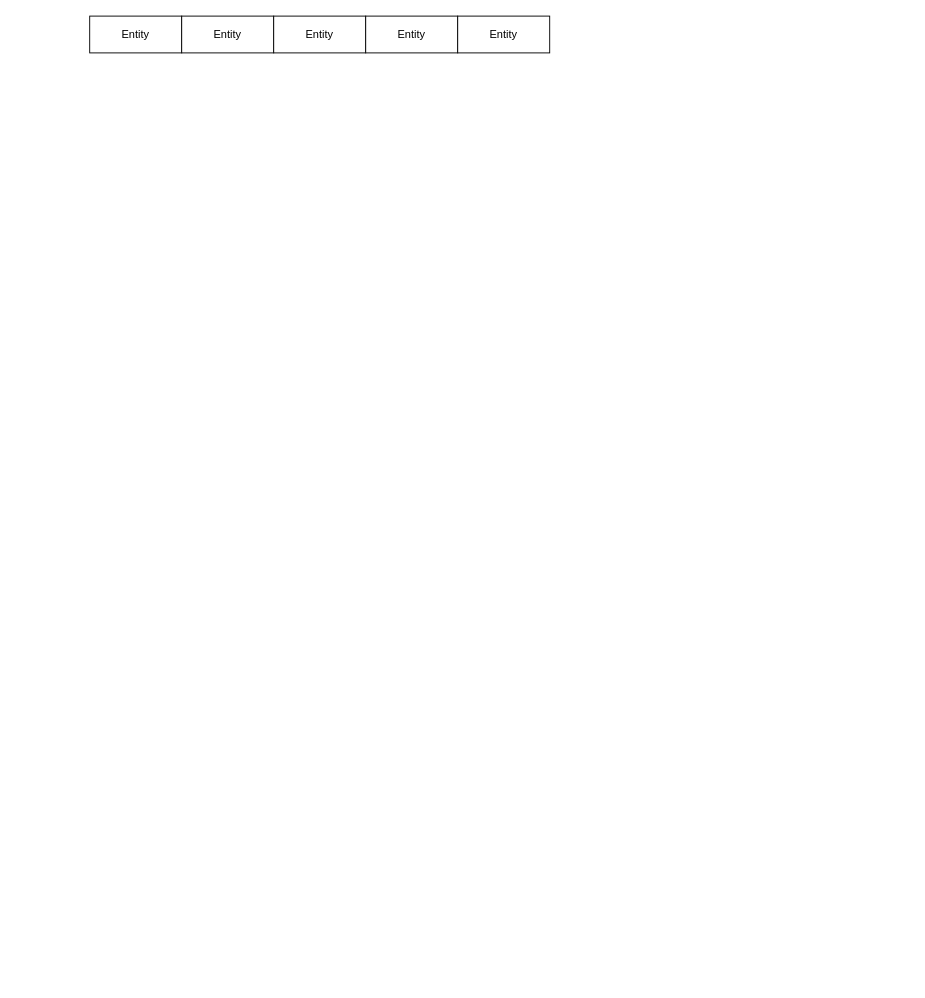
The draw.io diagram IS3331_HW1_RelationalModel.drawio in kkdotpy/Case-Diagram-IS3430, before the edit. Source tidied: cells renumbered, new cells numbered last; positions are measured from the earlier drawing's top-left corner, leaving out a move shared by most shapes. Both pictures are drawn from the tidied source at 92%, with x=0, y=0 at pixel (89, 16).
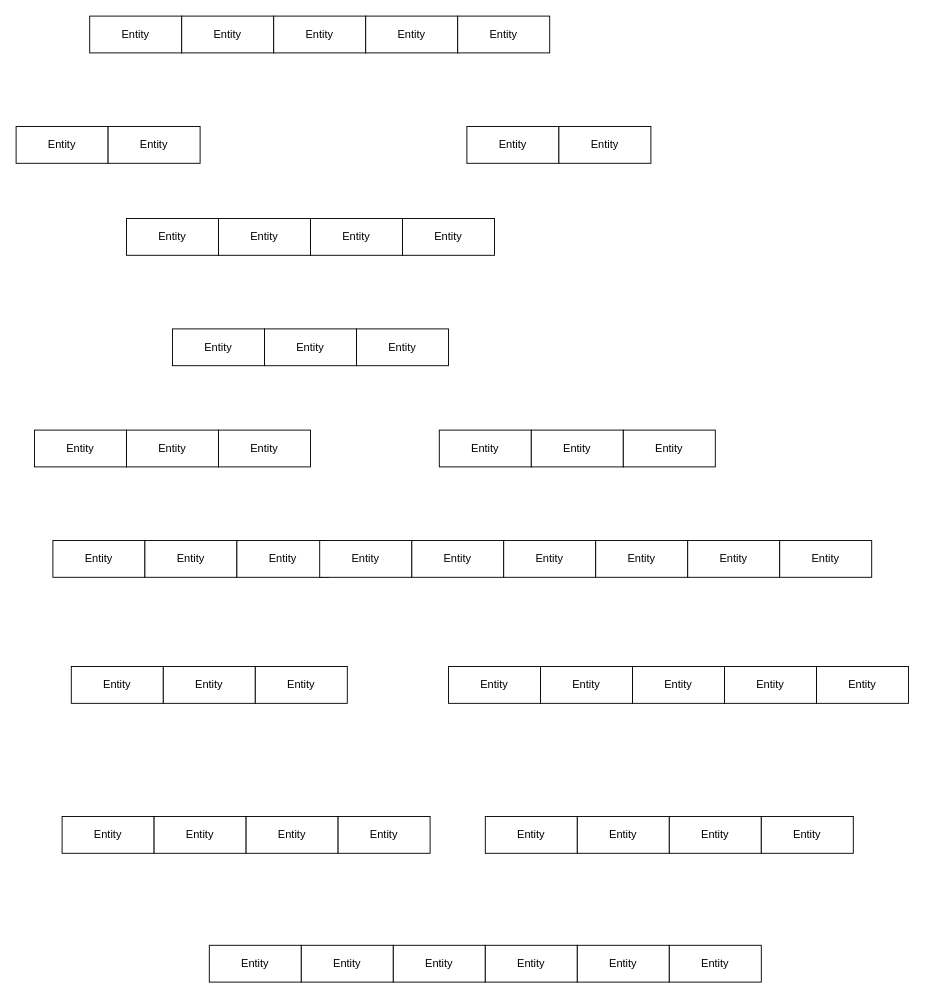
After the change.

The edit, as a diff of the source:
```diff
@@
+    <mxCell id="7" value="Entity" style="whiteSpace=wrap;html=1;align=center;" parent="1" vertex="1">
+      <mxGeometry x="-80" y="120" width="100" height="40" as="geometry" />
+    </mxCell>
+    <mxCell id="8" value="Entity" style="whiteSpace=wrap;html=1;align=center;" parent="1" vertex="1">
+      <mxGeometry x="20" y="120" width="100" height="40" as="geometry" />
+    </mxCell>
+    <mxCell id="9" value="Entity" style="whiteSpace=wrap;html=1;align=center;" parent="1" vertex="1">
+      <mxGeometry x="410" y="120" width="100" height="40" as="geometry" />
+    </mxCell>
+    <mxCell id="10" value="Entity" style="whiteSpace=wrap;html=1;align=center;" parent="1" vertex="1">
+      <mxGeometry x="510" y="120" width="100" height="40" as="geometry" />
+    </mxCell>
+    <mxCell id="11" value="Entity" style="whiteSpace=wrap;html=1;align=center;" parent="1" vertex="1">
+      <mxGeometry x="40" y="220" width="100" height="40" as="geometry" />
+    </mxCell>
+    <mxCell id="12" value="Entity" style="whiteSpace=wrap;html=1;align=center;" parent="1" vertex="1">
+      <mxGeometry x="140" y="220" width="100" height="40" as="geometry" />
+    </mxCell>
+    <mxCell id="13" value="Entity" style="whiteSpace=wrap;html=1;align=center;" parent="1" vertex="1">
+      <mxGeometry x="240" y="220" width="100" height="40" as="geometry" />
+    </mxCell>
+    <mxCell id="14" value="Entity" style="whiteSpace=wrap;html=1;align=center;" parent="1" vertex="1">
+      <mxGeometry x="340" y="220" width="100" height="40" as="geometry" />
+    </mxCell>
+    <mxCell id="15" value="Entity" style="whiteSpace=wrap;html=1;align=center;" parent="1" vertex="1">
+      <mxGeometry x="90" y="340" width="100" height="40" as="geometry" />
+    </mxCell>
+    <mxCell id="16" value="Entity" style="whiteSpace=wrap;html=1;align=center;" parent="1" vertex="1">
+      <mxGeometry x="190" y="340" width="100" height="40" as="geometry" />
+    </mxCell>
+    <mxCell id="17" value="Entity" style="whiteSpace=wrap;html=1;align=center;" parent="1" vertex="1">
+      <mxGeometry x="290" y="340" width="100" height="40" as="geometry" />
+    </mxCell>
+    <mxCell id="18" value="Entity" style="whiteSpace=wrap;html=1;align=center;" parent="1" vertex="1">
+      <mxGeometry x="-60" y="450" width="100" height="40" as="geometry" />
+    </mxCell>
+    <mxCell id="19" value="Entity" style="whiteSpace=wrap;html=1;align=center;" parent="1" vertex="1">
+      <mxGeometry x="40" y="450" width="100" height="40" as="geometry" />
+    </mxCell>
+    <mxCell id="20" value="Entity" style="whiteSpace=wrap;html=1;align=center;" parent="1" vertex="1">
+      <mxGeometry x="140" y="450" width="100" height="40" as="geometry" />
+    </mxCell>
+    <mxCell id="21" value="Entity" style="whiteSpace=wrap;html=1;align=center;" parent="1" vertex="1">
+      <mxGeometry x="380" y="450" width="100" height="40" as="geometry" />
+    </mxCell>
+    <mxCell id="22" value="Entity" style="whiteSpace=wrap;html=1;align=center;" parent="1" vertex="1">
+      <mxGeometry x="480" y="450" width="100" height="40" as="geometry" />
+    </mxCell>
+    <mxCell id="23" value="Entity" style="whiteSpace=wrap;html=1;align=center;" parent="1" vertex="1">
+      <mxGeometry x="580" y="450" width="100" height="40" as="geometry" />
+    </mxCell>
+    <mxCell id="24" value="Entity" style="whiteSpace=wrap;html=1;align=center;" parent="1" vertex="1">
+      <mxGeometry x="-40" y="570" width="100" height="40" as="geometry" />
+    </mxCell>
+    <mxCell id="25" value="Entity" style="whiteSpace=wrap;html=1;align=center;" parent="1" vertex="1">
+      <mxGeometry x="60" y="570" width="100" height="40" as="geometry" />
+    </mxCell>
+    <mxCell id="26" value="Entity" style="whiteSpace=wrap;html=1;align=center;" parent="1" vertex="1">
+      <mxGeometry x="160" y="570" width="100" height="40" as="geometry" />
+    </mxCell>
+    <mxCell id="27" value="Entity" style="whiteSpace=wrap;html=1;align=center;" parent="1" vertex="1">
+      <mxGeometry x="350" y="570" width="100" height="40" as="geometry" />
+    </mxCell>
+    <mxCell id="28" value="Entity" style="whiteSpace=wrap;html=1;align=center;" parent="1" vertex="1">
+      <mxGeometry x="250" y="570" width="100" height="40" as="geometry" />
+    </mxCell>
+    <mxCell id="29" value="Entity" style="whiteSpace=wrap;html=1;align=center;" parent="1" vertex="1">
+      <mxGeometry x="450" y="570" width="100" height="40" as="geometry" />
+    </mxCell>
+    <mxCell id="30" value="Entity" style="whiteSpace=wrap;html=1;align=center;" parent="1" vertex="1">
+      <mxGeometry x="550" y="570" width="100" height="40" as="geometry" />
+    </mxCell>
+    <mxCell id="31" value="Entity" style="whiteSpace=wrap;html=1;align=center;" parent="1" vertex="1">
+      <mxGeometry x="650" y="570" width="100" height="40" as="geometry" />
+    </mxCell>
+    <mxCell id="32" value="Entity" style="whiteSpace=wrap;html=1;align=center;" parent="1" vertex="1">
+      <mxGeometry x="750" y="570" width="100" height="40" as="geometry" />
+    </mxCell>
+    <mxCell id="33" value="Entity" style="whiteSpace=wrap;html=1;align=center;" parent="1" vertex="1">
+      <mxGeometry x="390" y="707" width="100" height="40" as="geometry" />
+    </mxCell>
+    <mxCell id="34" value="Entity" style="whiteSpace=wrap;html=1;align=center;" parent="1" vertex="1">
+      <mxGeometry x="490" y="707" width="100" height="40" as="geometry" />
+    </mxCell>
+    <mxCell id="35" value="Entity" style="whiteSpace=wrap;html=1;align=center;" parent="1" vertex="1">
+      <mxGeometry x="590" y="707" width="100" height="40" as="geometry" />
+    </mxCell>
+    <mxCell id="36" value="Entity" style="whiteSpace=wrap;html=1;align=center;" parent="1" vertex="1">
+      <mxGeometry x="690" y="707" width="100" height="40" as="geometry" />
+    </mxCell>
+    <mxCell id="37" value="Entity" style="whiteSpace=wrap;html=1;align=center;" parent="1" vertex="1">
+      <mxGeometry x="790" y="707" width="100" height="40" as="geometry" />
+    </mxCell>
+    <mxCell id="38" value="Entity" style="whiteSpace=wrap;html=1;align=center;" parent="1" vertex="1">
+      <mxGeometry x="-20" y="707" width="100" height="40" as="geometry" />
+    </mxCell>
+    <mxCell id="39" value="Entity" style="whiteSpace=wrap;html=1;align=center;" parent="1" vertex="1">
+      <mxGeometry x="80" y="707" width="100" height="40" as="geometry" />
+    </mxCell>
+    <mxCell id="40" value="Entity" style="whiteSpace=wrap;html=1;align=center;" parent="1" vertex="1">
+      <mxGeometry x="180" y="707" width="100" height="40" as="geometry" />
+    </mxCell>
+    <mxCell id="41" value="Entity" style="whiteSpace=wrap;html=1;align=center;" parent="1" vertex="1">
+      <mxGeometry x="-30" y="870" width="100" height="40" as="geometry" />
+    </mxCell>
+    <mxCell id="42" value="Entity" style="whiteSpace=wrap;html=1;align=center;" parent="1" vertex="1">
+      <mxGeometry x="70" y="870" width="100" height="40" as="geometry" />
+    </mxCell>
+    <mxCell id="43" value="Entity" style="whiteSpace=wrap;html=1;align=center;" parent="1" vertex="1">
+      <mxGeometry x="170" y="870" width="100" height="40" as="geometry" />
+    </mxCell>
+    <mxCell id="44" value="Entity" style="whiteSpace=wrap;html=1;align=center;" parent="1" vertex="1">
+      <mxGeometry x="270" y="870" width="100" height="40" as="geometry" />
+    </mxCell>
+    <mxCell id="45" value="Entity" style="whiteSpace=wrap;html=1;align=center;" parent="1" vertex="1">
+      <mxGeometry x="430" y="870" width="100" height="40" as="geometry" />
+    </mxCell>
+    <mxCell id="46" value="Entity" style="whiteSpace=wrap;html=1;align=center;" parent="1" vertex="1">
+      <mxGeometry x="530" y="870" width="100" height="40" as="geometry" />
+    </mxCell>
+    <mxCell id="47" value="Entity" style="whiteSpace=wrap;html=1;align=center;" parent="1" vertex="1">
+      <mxGeometry x="630" y="870" width="100" height="40" as="geometry" />
+    </mxCell>
+    <mxCell id="48" value="Entity" style="whiteSpace=wrap;html=1;align=center;" parent="1" vertex="1">
+      <mxGeometry x="730" y="870" width="100" height="40" as="geometry" />
+    </mxCell>
+    <mxCell id="49" value="Entity" style="whiteSpace=wrap;html=1;align=center;" parent="1" vertex="1">
+      <mxGeometry x="130" y="1010" width="100" height="40" as="geometry" />
+    </mxCell>
+    <mxCell id="50" value="Entity" style="whiteSpace=wrap;html=1;align=center;" parent="1" vertex="1">
+      <mxGeometry x="230" y="1010" width="100" height="40" as="geometry" />
+    </mxCell>
+    <mxCell id="51" value="Entity" style="whiteSpace=wrap;html=1;align=center;" parent="1" vertex="1">
+      <mxGeometry x="330" y="1010" width="100" height="40" as="geometry" />
+    </mxCell>
+    <mxCell id="52" value="Entity" style="whiteSpace=wrap;html=1;align=center;" parent="1" vertex="1">
+      <mxGeometry x="430" y="1010" width="100" height="40" as="geometry" />
+    </mxCell>
+    <mxCell id="53" value="Entity" style="whiteSpace=wrap;html=1;align=center;" parent="1" vertex="1">
+      <mxGeometry x="530" y="1010" width="100" height="40" as="geometry" />
+    </mxCell>
+    <mxCell id="54" value="Entity" style="whiteSpace=wrap;html=1;align=center;" parent="1" vertex="1">
+      <mxGeometry x="630" y="1010" width="100" height="40" as="geometry" />
+    </mxCell>
```
